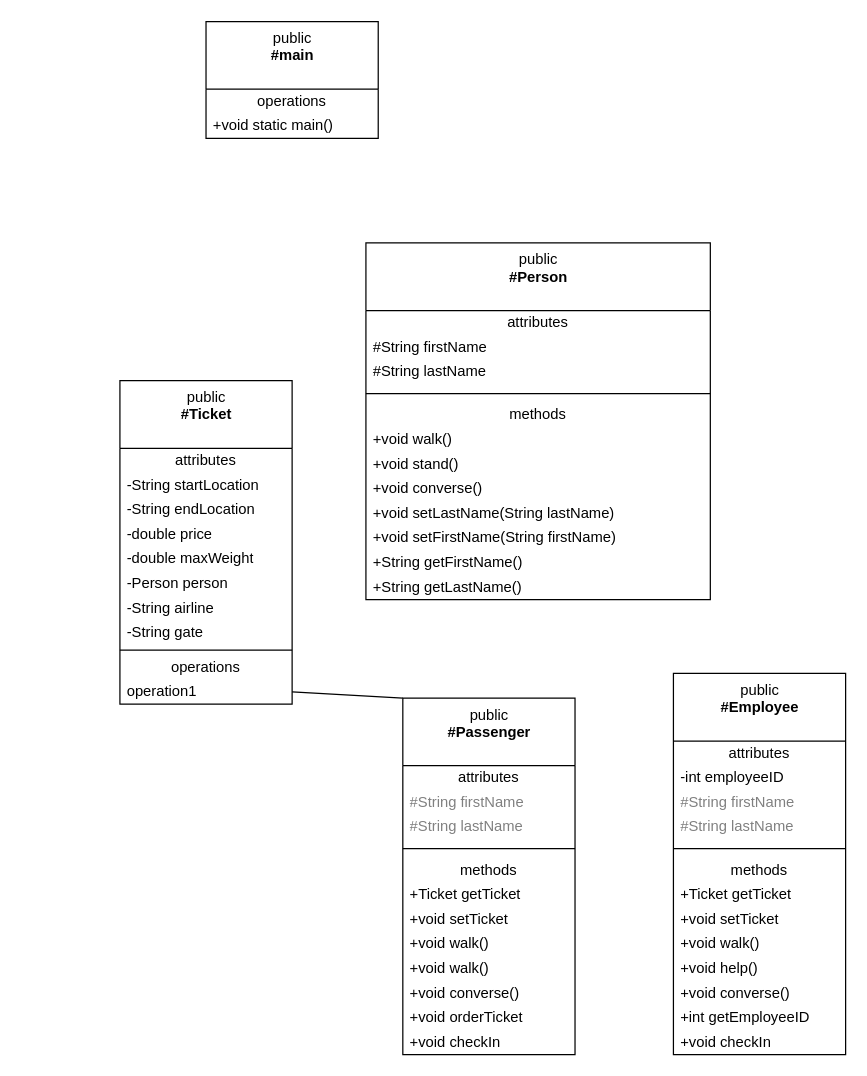
Before: main/airport.drawio in vinhngo380/COMPSCI221_AirportModel, a draw.io diagram. Source tidied: cells renumbered, new cells numbered last; positions are measured from the earlier drawing's top-left corner, leaving out a move shared by most shapes. Both pictures are drawn from the tidied source at 123%, with x=0, y=0 at pixel (119, 21).
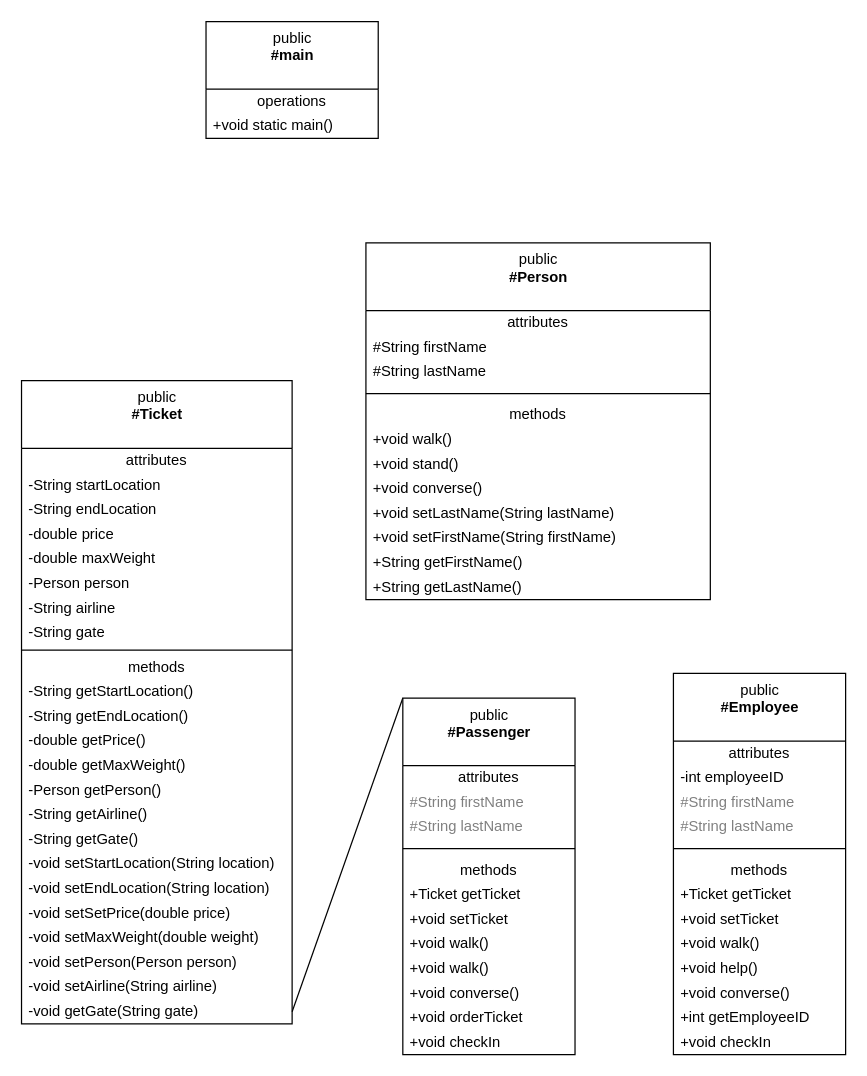
The same diagram, later.

Commit message (it also covers changes not shown here):
some more modifications, mainly to the .drawio file

What changed in the source:
```diff
@@
     <mxCell id="2" value="public&lt;br&gt;&lt;b&gt;#Ticket&lt;/b&gt;" style="swimlane;fontStyle=0;align=center;verticalAlign=top;horizontal=1;startSize=55;html=1;" parent="1" vertex="1">
-      <mxGeometry y="292" width="140" height="263" as="geometry" />
+      <mxGeometry x="-80" y="292" width="220" height="523" as="geometry" />
     </mxCell>
     <mxCell id="3" value="attributes" style="text;html=1;strokeColor=none;fillColor=none;align=center;verticalAlign=middle;spacingLeft=4;spacingRight=4;overflow=hidden;" parent="2" vertex="1">
-      <mxGeometry y="55" width="140" height="20" as="geometry" />
+      <mxGeometry y="55" width="220" height="20" as="geometry" />
     </mxCell>
     <mxCell id="4" value="-String startLocation" style="text;html=1;strokeColor=none;fillColor=none;align=left;verticalAlign=middle;spacingLeft=4;spacingRight=4;overflow=hidden;" parent="2" vertex="1">
-      <mxGeometry y="75" width="140" height="20" as="geometry" />
+      <mxGeometry y="75" width="220" height="20" as="geometry" />
     </mxCell>
     <mxCell id="5" value="-String endLocation" style="text;html=1;strokeColor=none;fillColor=none;align=left;verticalAlign=middle;spacingLeft=4;spacingRight=4;overflow=hidden;" parent="2" vertex="1">
-      <mxGeometry y="95" width="140" height="20" as="geometry" />
+      <mxGeometry y="95" width="220" height="20" as="geometry" />
     </mxCell>
     <mxCell id="6" value="-double price" style="text;html=1;strokeColor=none;fillColor=none;align=left;verticalAlign=middle;spacingLeft=4;spacingRight=4;overflow=hidden;" parent="2" vertex="1">
-      <mxGeometry y="115" width="140" height="20" as="geometry" />
+      <mxGeometry y="115" width="220" height="20" as="geometry" />
     </mxCell>
     <mxCell id="7" value="-double maxWeight" style="text;html=1;strokeColor=none;fillColor=none;align=left;verticalAlign=middle;spacingLeft=4;spacingRight=4;overflow=hidden;" parent="2" vertex="1">
-      <mxGeometry y="135" width="140" height="20" as="geometry" />
+      <mxGeometry y="135" width="220" height="20" as="geometry" />
     </mxCell>
     <mxCell id="8" value="-Person person" style="text;html=1;strokeColor=none;fillColor=none;align=left;verticalAlign=middle;spacingLeft=4;spacingRight=4;overflow=hidden;" parent="2" vertex="1">
-      <mxGeometry y="155" width="140" height="20" as="geometry" />
+      <mxGeometry y="155" width="220" height="20" as="geometry" />
     </mxCell>
     <mxCell id="9" value="-String airline" style="text;html=1;strokeColor=none;fillColor=none;align=left;verticalAlign=middle;spacingLeft=4;spacingRight=4;overflow=hidden;" parent="2" vertex="1">
-      <mxGeometry y="175" width="140" height="20" as="geometry" />
+      <mxGeometry y="175" width="220" height="20" as="geometry" />
     </mxCell>
     <mxCell id="10" value="-String gate" style="text;html=1;strokeColor=none;fillColor=none;align=left;verticalAlign=middle;spacingLeft=4;spacingRight=4;overflow=hidden;" parent="2" vertex="1">
-      <mxGeometry y="195" width="140" height="20" as="geometry" />
+      <mxGeometry y="195" width="220" height="20" as="geometry" />
     </mxCell>
     <mxCell id="11" style="line;strokeWidth=1;fillColor=none;align=left;verticalAlign=middle;spacingTop=-1;spacingLeft=3;spacingRight=3;labelPosition=right;" parent="2" vertex="1">
-      <mxGeometry y="215" width="140" height="8" as="geometry" />
+      <mxGeometry y="215" width="220" height="8" as="geometry" />
     </mxCell>
-    <mxCell id="12" value="operations" style="text;html=1;strokeColor=none;fillColor=none;align=center;verticalAlign=middle;spacingLeft=4;spacingRight=4;overflow=hidden;" parent="2" vertex="1">
-      <mxGeometry y="223" width="140" height="20" as="geometry" />
+    <mxCell id="12" value="methods" style="text;html=1;strokeColor=none;fillColor=none;align=center;verticalAlign=middle;spacingLeft=4;spacingRight=4;overflow=hidden;" parent="2" vertex="1">
+      <mxGeometry y="223" width="220" height="20" as="geometry" />
     </mxCell>
+    <mxCell id="58" value="-String getStartLocation()" style="text;html=1;strokeColor=none;fillColor=none;align=left;verticalAlign=middle;spacingLeft=4;spacingRight=4;overflow=hidden;" parent="2" vertex="1">
+      <mxGeometry y="243" width="220" height="20" as="geometry" />
+    </mxCell>
+    <mxCell id="59" value="-String getEndLocation()" style="text;html=1;strokeColor=none;fillColor=none;align=left;verticalAlign=middle;spacingLeft=4;spacingRight=4;overflow=hidden;" parent="2" vertex="1">
+      <mxGeometry y="263" width="220" height="20" as="geometry" />
+    </mxCell>
+    <mxCell id="60" value="-double getPrice()" style="text;html=1;strokeColor=none;fillColor=none;align=left;verticalAlign=middle;spacingLeft=4;spacingRight=4;overflow=hidden;" parent="2" vertex="1">
+      <mxGeometry y="283" width="220" height="20" as="geometry" />
+    </mxCell>
+    <mxCell id="61" value="-double getMaxWeight()" style="text;html=1;strokeColor=none;fillColor=none;align=left;verticalAlign=middle;spacingLeft=4;spacingRight=4;overflow=hidden;" parent="2" vertex="1">
+      <mxGeometry y="303" width="220" height="20" as="geometry" />
+    </mxCell>
+    <mxCell id="62" value="-Person getPerson()" style="text;html=1;strokeColor=none;fillColor=none;align=left;verticalAlign=middle;spacingLeft=4;spacingRight=4;overflow=hidden;" parent="2" vertex="1">
+      <mxGeometry y="323" width="220" height="20" as="geometry" />
+    </mxCell>
+    <mxCell id="63" value="-String getAirline()" style="text;html=1;strokeColor=none;fillColor=none;align=left;verticalAlign=middle;spacingLeft=4;spacingRight=4;overflow=hidden;" parent="2" vertex="1">
+      <mxGeometry y="343" width="220" height="20" as="geometry" />
+    </mxCell>
+    <mxCell id="64" value="-String getGate()" style="text;html=1;strokeColor=none;fillColor=none;align=left;verticalAlign=middle;spacingLeft=4;spacingRight=4;overflow=hidden;" parent="2" vertex="1">
+      <mxGeometry y="363" width="220" height="20" as="geometry" />
+    </mxCell>
+    <mxCell id="65" value="-void setStartLocation(String location)" style="text;html=1;strokeColor=none;fillColor=none;align=left;verticalAlign=middle;spacingLeft=4;spacingRight=4;overflow=hidden;" parent="2" vertex="1">
+      <mxGeometry y="383" width="220" height="20" as="geometry" />
+    </mxCell>
+    <mxCell id="66" value="-void setEndLocation(String location)" style="text;html=1;strokeColor=none;fillColor=none;align=left;verticalAlign=middle;spacingLeft=4;spacingRight=4;overflow=hidden;" parent="2" vertex="1">
+      <mxGeometry y="403" width="220" height="20" as="geometry" />
+    </mxCell>
+    <mxCell id="67" value="-void setSetPrice(double price)" style="text;html=1;strokeColor=none;fillColor=none;align=left;verticalAlign=middle;spacingLeft=4;spacingRight=4;overflow=hidden;" parent="2" vertex="1">
+      <mxGeometry y="423" width="220" height="20" as="geometry" />
+    </mxCell>
+    <mxCell id="68" value="-void setMaxWeight(double weight)" style="text;html=1;strokeColor=none;fillColor=none;align=left;verticalAlign=middle;spacingLeft=4;spacingRight=4;overflow=hidden;" parent="2" vertex="1">
+      <mxGeometry y="443" width="220" height="20" as="geometry" />
+    </mxCell>
+    <mxCell id="69" value="-void setPerson(Person person)" style="text;html=1;strokeColor=none;fillColor=none;align=left;verticalAlign=middle;spacingLeft=4;spacingRight=4;overflow=hidden;" parent="2" vertex="1">
+      <mxGeometry y="463" width="220" height="20" as="geometry" />
+    </mxCell>
+    <mxCell id="70" value="-void setAirline(String airline)" style="text;html=1;strokeColor=none;fillColor=none;align=left;verticalAlign=middle;spacingLeft=4;spacingRight=4;overflow=hidden;" parent="2" vertex="1">
+      <mxGeometry y="483" width="220" height="20" as="geometry" />
+    </mxCell>
-    <mxCell id="13" value="operation1" style="text;html=1;strokeColor=none;fillColor=none;align=left;verticalAlign=middle;spacingLeft=4;spacingRight=4;overflow=hidden;points=[[0,0.5],[1,0.5]];portConstraint=eastwest;" parent="2" vertex="1">
-      <mxGeometry y="243" width="140" height="20" as="geometry" />
+    <mxCell id="13" value="-void getGate(String gate)" style="text;html=1;strokeColor=none;fillColor=none;align=left;verticalAlign=middle;spacingLeft=4;spacingRight=4;overflow=hidden;points=[[0,0.5],[1,0.5]];portConstraint=eastwest;" parent="2" vertex="1">
+      <mxGeometry y="503" width="220" height="20" as="geometry" />
     </mxCell>
```
